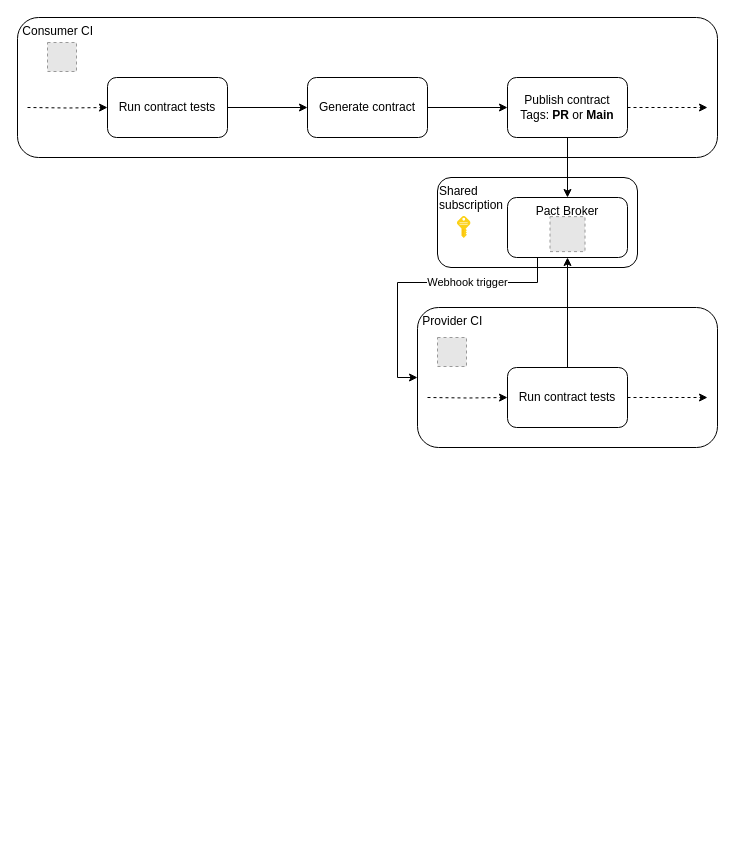
Earlier version of the draw.io diagram contract-testing.drawio (johnwatson484/diagrams). Source tidied: cells renumbered, new cells numbered last; positions are measured from the earlier drawing's top-left corner, leaving out a move shared by most shapes. Both pictures are drawn from the tidied source at 100%, with x=0, y=0 at pixel (17, 17). Pictures stored in the file or linked from it are replaced by grey dashed boxes.
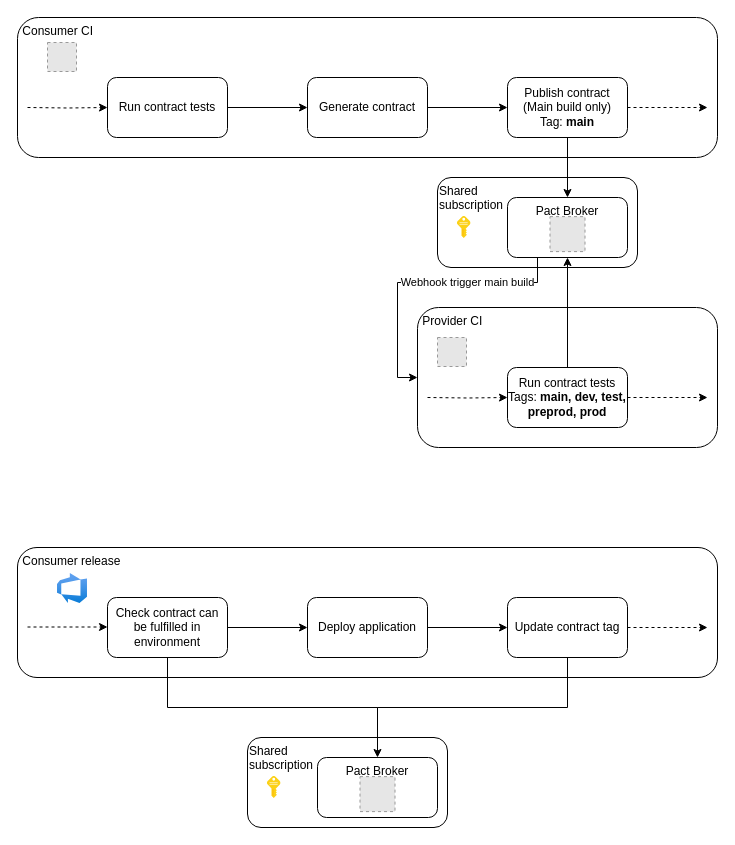
Above is the later version.

Unchanged cells that the change refers to:
```xml
<mxCell id="12" value="Pact Broker" style="rounded=1;whiteSpace=wrap;html=1;verticalAlign=top;" parent="1" vertex="1">
  <mxGeometry x="490" y="180" width="120" height="60" as="geometry" />
</mxCell>
<mxCell id="17" value="&amp;nbsp;Provider CI" style="rounded=1;whiteSpace=wrap;html=1;verticalAlign=top;align=left;" parent="1" vertex="1">
  <mxGeometry x="400" y="290" width="300" height="140" as="geometry" />
</mxCell>
```

What changed in the source:
```diff
@@
+    <mxCell id="23" value="&amp;nbsp;Consumer release" style="rounded=1;whiteSpace=wrap;html=1;verticalAlign=top;align=left;" parent="1" vertex="1">
+      <mxGeometry y="530" width="700" height="130" as="geometry" />
+    </mxCell>
@@
-    <mxCell id="10" value="Publish contract&lt;br&gt;Tags: &lt;b&gt;PR&lt;/b&gt; or &lt;b&gt;Main&lt;/b&gt;" style="rounded=1;whiteSpace=wrap;html=1;" parent="1" vertex="1">
+    <mxCell id="10" value="Publish contract&lt;br&gt;(Main build only)&lt;br&gt;Tag: &lt;b&gt;main&lt;/b&gt;" style="rounded=1;whiteSpace=wrap;html=1;" parent="1" vertex="1">
       <mxGeometry x="490" y="60" width="120" height="60" as="geometry" />
     </mxCell>
-    <mxCell id="11" value="Webhook trigger" style="edgeStyle=orthogonalEdgeStyle;rounded=0;jettySize=auto;html=1;entryX=0;entryY=0.5;entryDx=0;entryDy=0;exitX=0.25;exitY=1;exitDx=0;exitDy=0;" parent="1" edge="1" source="12" target="17">
+    <mxCell id="11" value="Webhook trigger main build" style="edgeStyle=orthogonalEdgeStyle;rounded=0;jettySize=auto;html=1;entryX=0;entryY=0.5;entryDx=0;entryDy=0;exitX=0.25;exitY=1;exitDx=0;exitDy=0;" parent="1" edge="1" source="12" target="17">
       <mxGeometry x="-0.32" relative="1" as="geometry" />
     </mxCell>
@@
-    <mxCell id="20" value="Run contract tests" style="rounded=1;whiteSpace=wrap;html=1;" parent="1" vertex="1">
+    <mxCell id="20" value="Run contract tests&lt;br&gt;Tags: &lt;b&gt;main, dev, test, preprod, prod&lt;/b&gt;" style="rounded=1;whiteSpace=wrap;html=1;" parent="1" vertex="1">
       <mxGeometry x="490" y="350" width="120" height="60" as="geometry" />
     </mxCell>
@@
+    <mxCell id="24" style="edgeStyle=orthogonalEdgeStyle;rounded=0;jettySize=auto;html=1;" parent="1" edge="1" source="25" target="27">
+      <mxGeometry relative="1" as="geometry" />
+    </mxCell>
+    <mxCell id="25" value="Check contract can be fulfilled in environment" style="rounded=1;whiteSpace=wrap;html=1;" parent="1" vertex="1">
+      <mxGeometry x="90" y="580" width="120" height="60" as="geometry" />
+    </mxCell>
+    <mxCell id="26" style="edgeStyle=orthogonalEdgeStyle;rounded=0;jettySize=auto;html=1;" parent="1" edge="1" source="27" target="30">
+      <mxGeometry relative="1" as="geometry" />
+    </mxCell>
+    <mxCell id="27" value="Deploy application" style="rounded=1;whiteSpace=wrap;html=1;" parent="1" vertex="1">
+      <mxGeometry x="290" y="580" width="120" height="60" as="geometry" />
+    </mxCell>
+    <mxCell id="28" style="edgeStyle=orthogonalEdgeStyle;rounded=0;jettySize=auto;html=1;dashed=1;" parent="1" edge="1" source="30">
+      <mxGeometry relative="1" as="geometry">
+        <mxPoint x="690" y="610" as="targetPoint" />
+      </mxGeometry>
+    </mxCell>
+    <mxCell id="29" style="edgeStyle=orthogonalEdgeStyle;rounded=0;jettySize=auto;html=1;entryX=0.5;entryY=0;entryDx=0;entryDy=0;exitX=0.5;exitY=1;exitDx=0;exitDy=0;" parent="1" edge="1" source="30" target="34">
+      <mxGeometry relative="1" as="geometry" />
+    </mxCell>
+    <mxCell id="30" value="Update contract tag" style="rounded=1;whiteSpace=wrap;html=1;" parent="1" vertex="1">
+      <mxGeometry x="490" y="580" width="120" height="60" as="geometry" />
+    </mxCell>
+    <mxCell id="31" style="edgeStyle=orthogonalEdgeStyle;rounded=0;orthogonalLoop=1;jettySize=auto;html=1;dashed=1;" parent="1" edge="1">
+      <mxGeometry relative="1" as="geometry">
+        <mxPoint x="10" y="609.5" as="sourcePoint" />
+        <mxPoint x="90" y="609.5" as="targetPoint" />
+      </mxGeometry>
+    </mxCell>
+    <mxCell id="32" style="html=1;align=center;image;fontSize=12;image=img/lib/azure2/devops/Azure_DevOps.svg;" parent="1" vertex="1">
+      <mxGeometry x="40" y="556" width="30" height="30" as="geometry" />
+    </mxCell>
+    <mxCell id="33" value="Shared &lt;br&gt;subscription" style="rounded=1;whiteSpace=wrap;html=1;verticalAlign=top;align=left;" parent="1" vertex="1">
+      <mxGeometry x="230" y="720" width="200" height="90" as="geometry" />
+    </mxCell>
+    <mxCell id="34" value="Pact Broker" style="rounded=1;whiteSpace=wrap;html=1;verticalAlign=top;" parent="1" vertex="1">
+      <mxGeometry x="300" y="740" width="120" height="60" as="geometry" />
+    </mxCell>
+    <mxCell id="35" style="html=1;align=center;image;fontSize=12;image=img/lib/mscae/Key.svg;" parent="1" vertex="1">
+      <mxGeometry x="250" y="759.1" width="13.5" height="21.8" as="geometry" />
+    </mxCell>
+    <mxCell id="36" style="fillColor=#E6E6E6;strokeColor=#999999;dashed=1;verticalLabelPosition=bottom;labelBackgroundColor=#ffffff;verticalAlign=top;" parent="1" vertex="1">
+      <mxGeometry x="342.5" y="759.1" width="35" height="35" as="geometry" />
+    </mxCell>
+    <mxCell id="37" style="edgeStyle=orthogonalEdgeStyle;rounded=0;jettySize=auto;html=1;" parent="1" edge="1" source="25" target="34">
+      <mxGeometry relative="1" as="geometry">
+        <Array as="points">
+          <mxPoint x="150" y="690" />
+          <mxPoint x="360" y="690" />
+        </Array>
+      </mxGeometry>
+    </mxCell>
```
